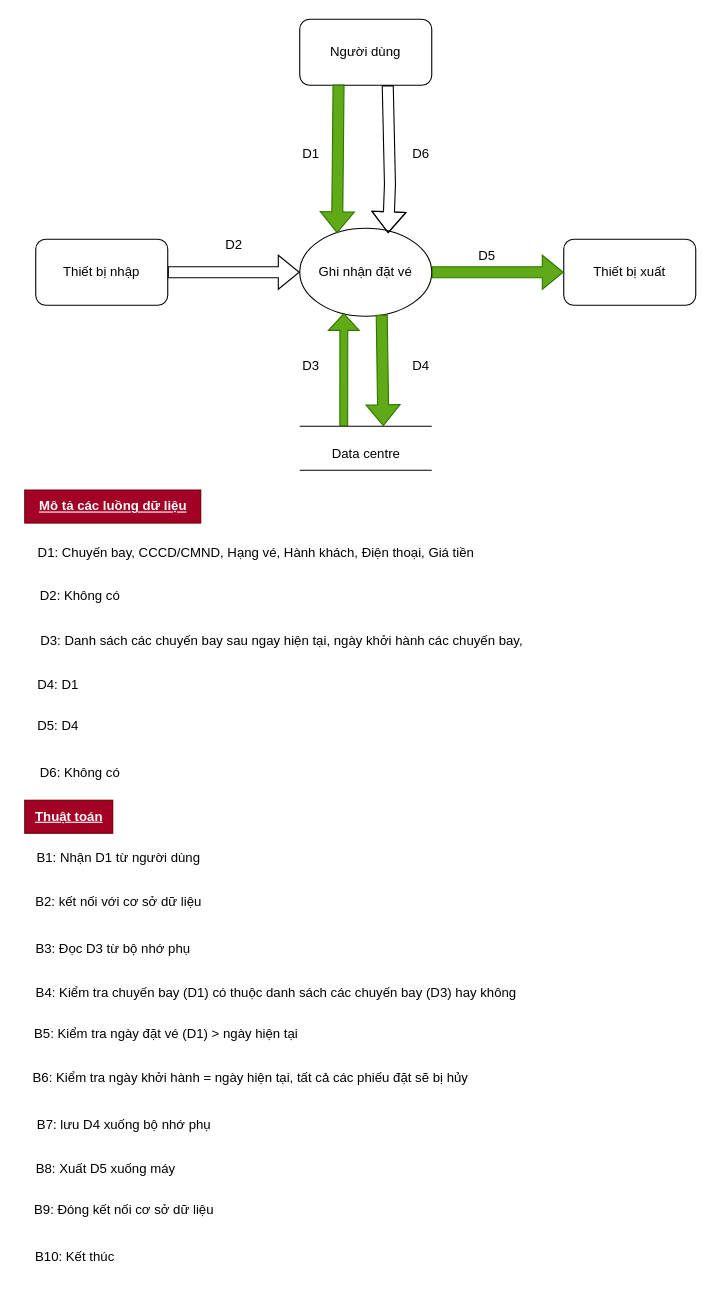
The draw.io diagram DFD/yc3_luu_tru.drawio in phat9824/Flight_ticket_manegement, before the edit. Source tidied: cells renumbered, new cells numbered last; positions are measured from the earlier drawing's top-left corner, leaving out a move shared by most shapes. Both pictures are drawn from the tidied source at 110%, with x=0, y=0 at pixel (19, 19).
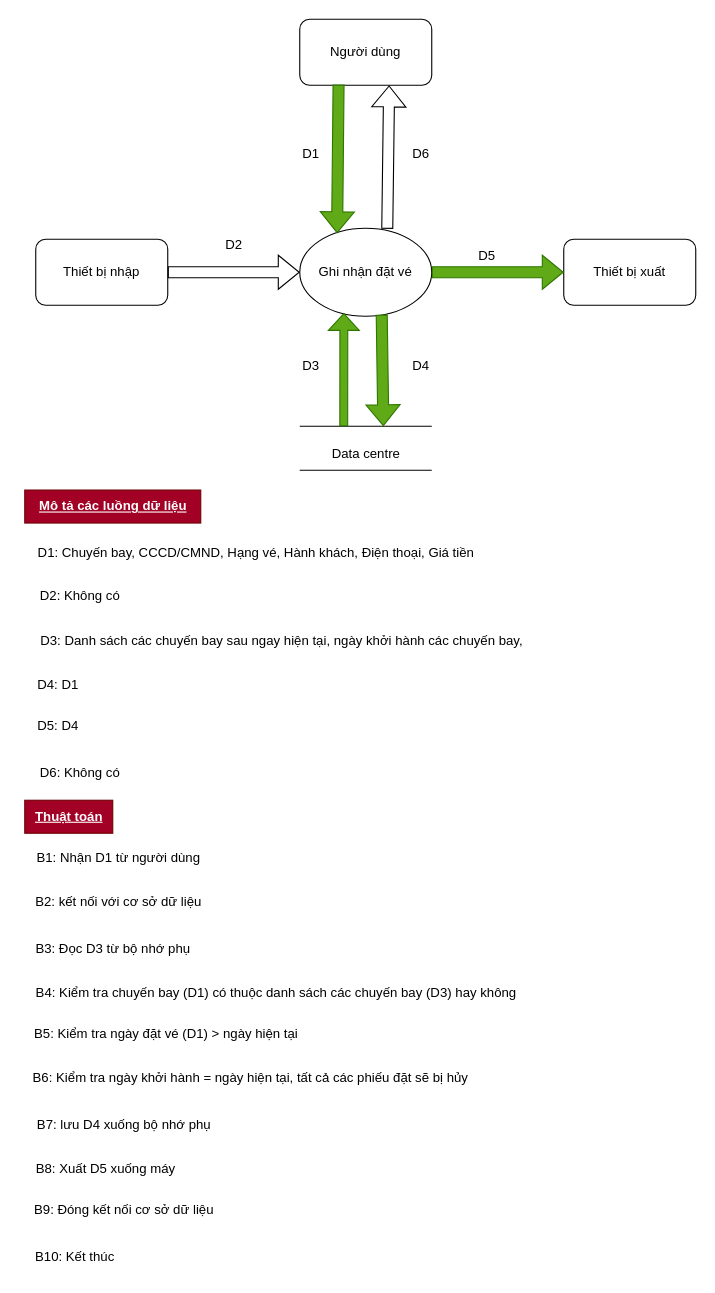
The same diagram, later.

Unchanged cells that the change refers to:
```xml
<mxCell id="2" value="Ghi nhận đặt vé" style="ellipse;whiteSpace=wrap;html=1;" parent="1" vertex="1">
  <mxGeometry x="255" y="190" width="120" height="80" as="geometry" />
</mxCell>
<mxCell id="3" value="Người dùng" style="rounded=1;whiteSpace=wrap;html=1;" parent="1" vertex="1">
  <mxGeometry x="255" width="120" height="60" as="geometry" />
</mxCell>
```

Diff of the diagram source:
```diff
@@
-    <mxCell id="7" style="shape=flexArrow;endArrow=classic;html=1;rounded=0;entryX=0.67;entryY=0.057;entryDx=0;entryDy=0;entryPerimeter=0;" parent="1" edge="1" target="2">
-      <mxGeometry relative="1" as="geometry">
-        <mxPoint x="335" y="60" as="sourcePoint" />
-        <Array as="points">
-          <mxPoint x="337" y="150" />
-        </Array>
-      </mxGeometry>
-    </mxCell>
@@
+    <mxCell id="39" style="shape=flexArrow;endArrow=classic;html=1;rounded=0;entryX=0.677;entryY=1.003;entryDx=0;entryDy=0;entryPerimeter=0;exitX=0.663;exitY=0.007;exitDx=0;exitDy=0;exitPerimeter=0;" parent="1" edge="1" source="2" target="3">
+      <mxGeometry relative="1" as="geometry" />
+    </mxCell>
```
